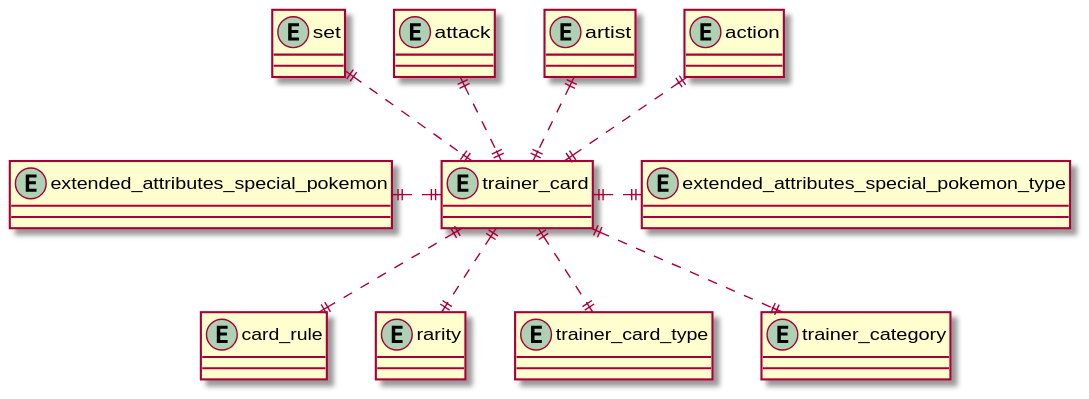
The PlantUML diagram schema/exported_images/trainer-card-relationships.svg in pkgreen90/pokemon-tcg-data, before a commit.
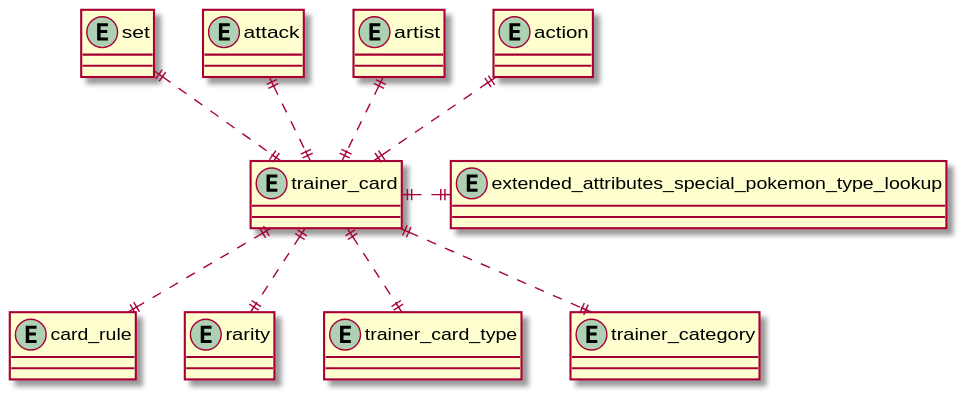
After the change.

Change to the diagram source:
```diff
@@ -4,8 +4,7 @@
 entity "artist" as artist {}
 entity "attack" as attack {}
 entity "card_rule" as card_rule {}
-entity "extended_attributes_special_pokemon" as extended_attributes_special_pokemon {}
-entity "extended_attributes_special_pokemon_type" as extended_attributes_special_pokemon_type {}
+entity "extended_attributes_special_pokemon_type_lookup" as extended_attributes_special_pokemon_type_lookup {}
 entity "rarity" as rarity {}
 entity "set" as set {}
 entity "trainer_card" as trainer_card {}
@@ -15,8 +14,7 @@
 trainer_card ||..up|| action
 trainer_card ||..up|| artist
 trainer_card ||..up|| attack
-trainer_card ||..left|| extended_attributes_special_pokemon
-trainer_card ||..right|| extended_attributes_special_pokemon_type
+trainer_card ||..right|| extended_attributes_special_pokemon_type_lookup
 trainer_card ||..|| rarity
 trainer_card ||..up|| set
 trainer_card ||..|| trainer_card_type
```
